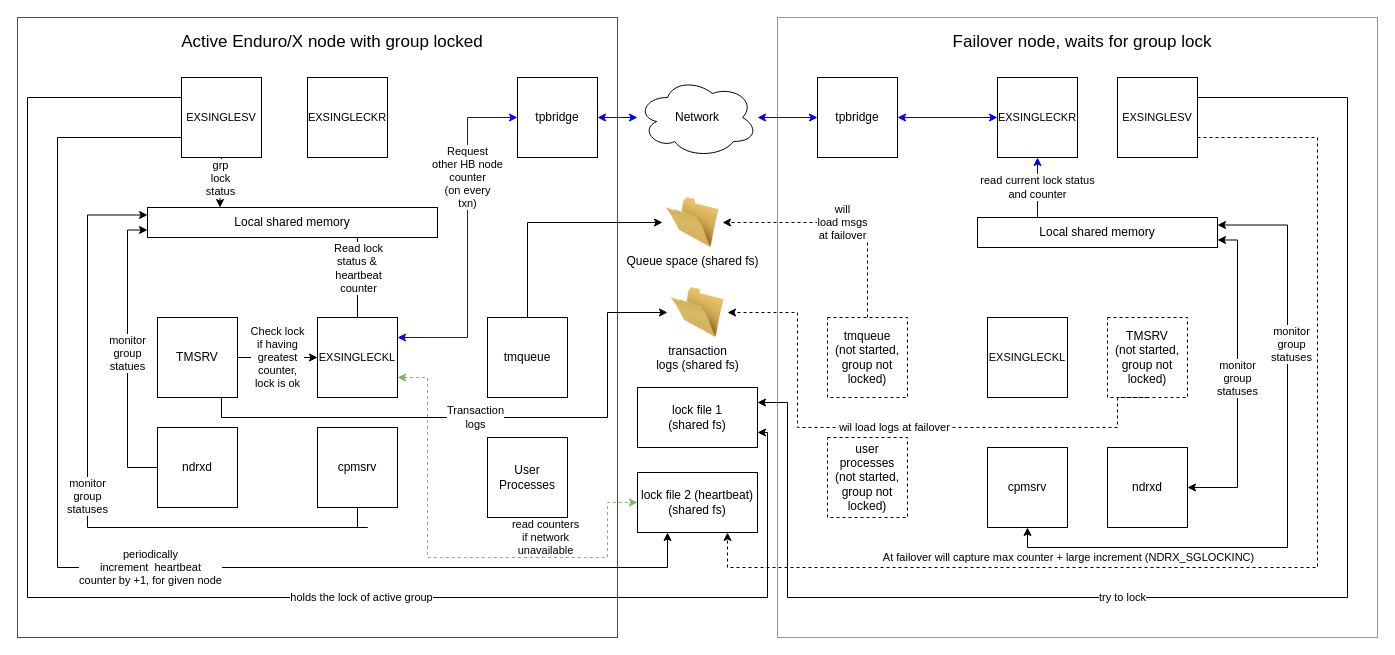
This is doc/ex_adminman_failover.drawio from endurox-dev/endurox, a draw.io file, before an edit. Source tidied: cells renumbered, new cells numbered last; positions are measured from the earlier drawing's top-left corner, leaving out a move shared by most shapes. Both pictures are drawn from the tidied source at 100%, with x=0, y=0 at pixel (17, 17).
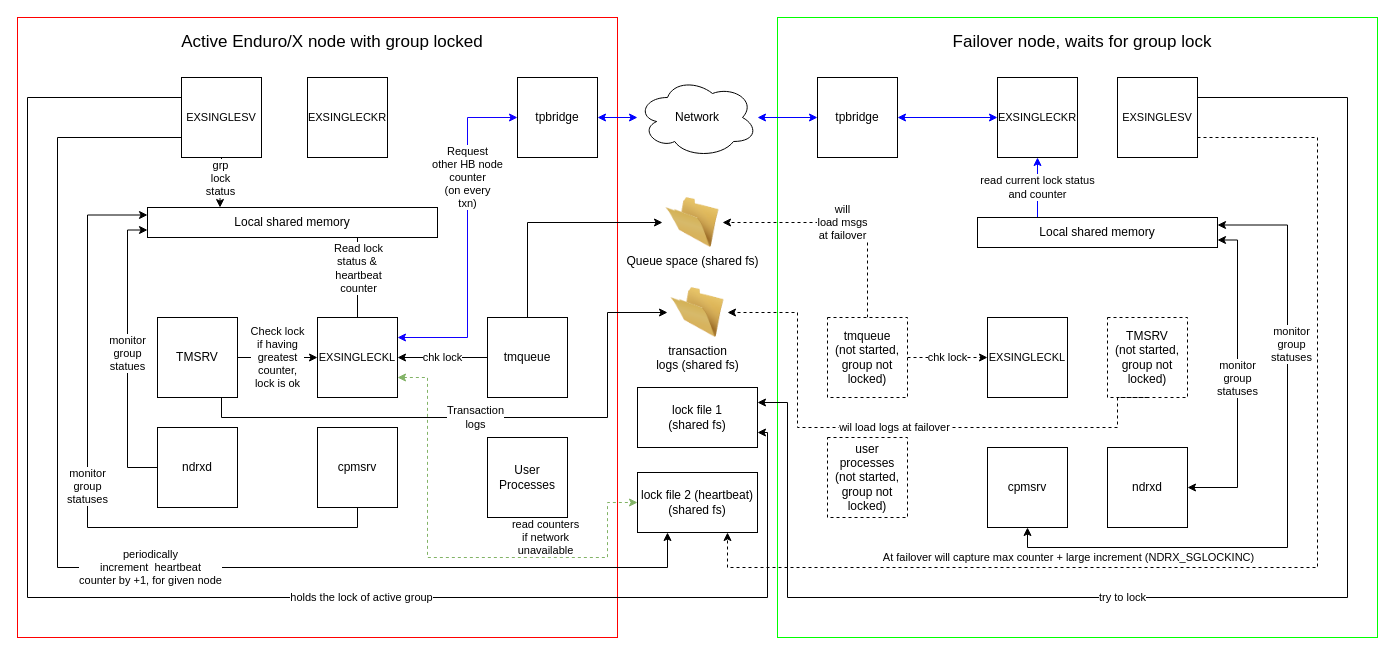
The same page after the edit.

Unchanged cells that the change refers to:
```xml
<mxCell id="11" value="&lt;font style=&quot;font-size: 11px;&quot;&gt;EXSINGLECKL&lt;/font&gt;" style="whiteSpace=wrap;html=1;" parent="1" vertex="1">
  <mxGeometry x="300" y="300" width="80" height="80" as="geometry" />
</mxCell>
<mxCell id="17" value="Local shared memory" style="rounded=0;whiteSpace=wrap;html=1;" parent="1" vertex="1">
  <mxGeometry x="130" y="190" width="290" height="30" as="geometry" />
</mxCell>
<mxCell id="28" value="&lt;font style=&quot;font-size: 11px;&quot;&gt;EXSINGLECKL&lt;/font&gt;" style="whiteSpace=wrap;html=1;" parent="1" vertex="1">
  <mxGeometry x="970" y="300" width="80" height="80" as="geometry" />
</mxCell>
<mxCell id="33" value="cpmsrv" style="whiteSpace=wrap;html=1;" parent="1" vertex="1">
  <mxGeometry x="300" y="410" width="80" height="80" as="geometry" />
</mxCell>
<mxCell id="45" value="tmqueue&lt;br&gt;(not started,&lt;br&gt;group not locked)" style="whiteSpace=wrap;html=1;dashed=1;" parent="1" vertex="1">
  <mxGeometry x="810" y="300" width="80" height="80" as="geometry" />
</mxCell>
<mxCell id="48" value="tmqueue" style="whiteSpace=wrap;html=1;" parent="1" vertex="1">
  <mxGeometry x="470" y="300" width="80" height="80" as="geometry" />
</mxCell>
```

Diff of the diagram source:
```diff
@@
     <mxCell id="32" value="monitor&lt;br&gt;group&lt;br&gt;statuses" style="edgeStyle=orthogonalEdgeStyle;rounded=0;jettySize=auto;html=1;exitX=0.5;exitY=1;exitDx=0;exitDy=0;entryX=0;entryY=0.25;entryDx=0;entryDy=0;" parent="1" edge="1" source="33" target="17">
       <mxGeometry relative="1" as="geometry">
         <Array as="points">
-          <mxPoint x="350" y="510" />
+          <mxPoint x="340" y="510" />
           <mxPoint x="70" y="510" />
-          <mxPoint x="70" y="178" />
+          <mxPoint x="70" y="198" />
         </Array>
       </mxGeometry>
     </mxCell>
@@
+    <mxCell id="53" value="chk lock" style="edgeStyle=orthogonalEdgeStyle;rounded=0;jettySize=auto;html=1;exitX=1;exitY=0.5;exitDx=0;exitDy=0;dashed=1;" parent="1" edge="1" source="45" target="28">
+      <mxGeometry relative="1" as="geometry" />
+    </mxCell>
@@
+    <mxCell id="54" value="chk lock" style="edgeStyle=orthogonalEdgeStyle;rounded=0;jettySize=auto;html=1;exitX=0;exitY=0.5;exitDx=0;exitDy=0;entryX=1;entryY=0.5;entryDx=0;entryDy=0;" parent="1" edge="1" source="48" target="11">
+      <mxGeometry relative="1" as="geometry" />
+    </mxCell>
```
